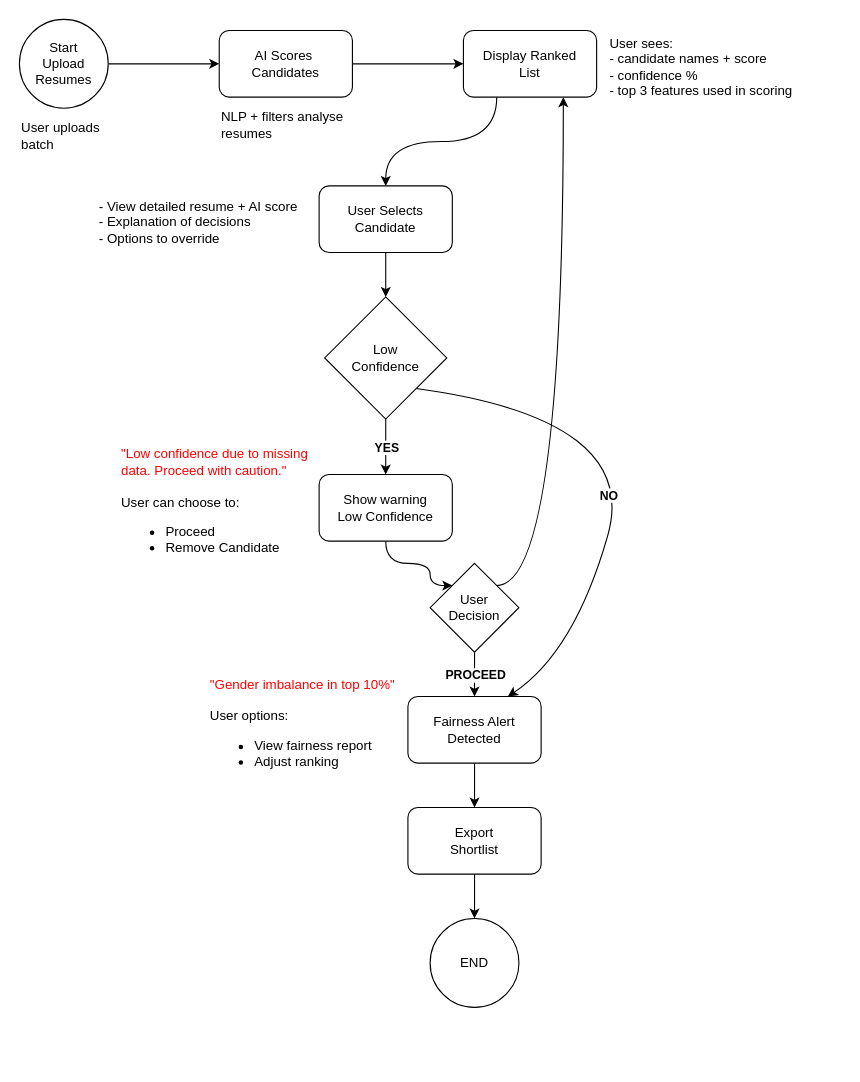
Above: InteractionFlowDiagram.drawio in pranjalsharma/diagrams (draw.io), before the change. Source tidied: cells renumbered, new cells numbered last; positions are measured from the earlier drawing's top-left corner, leaving out a move shared by most shapes. Both pictures are drawn from the tidied source at 111%, with x=0, y=0 at pixel (19, 19).
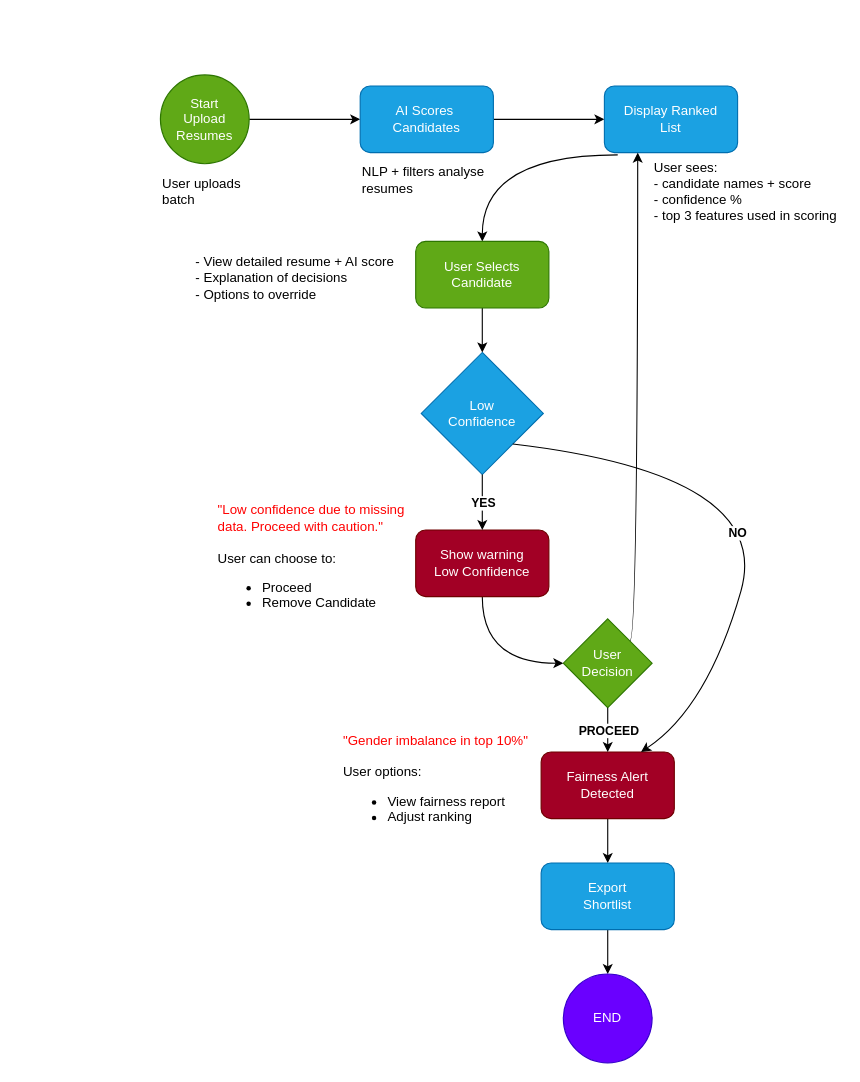
Above is the later version.

The edit, as a diff of the source:
```diff
@@
-    <mxCell id="3" value="Start&lt;div&gt;Upload&lt;/div&gt;&lt;div&gt;Resumes&lt;/div&gt;" style="ellipse;whiteSpace=wrap;html=1;" parent="1" vertex="1">
-      <mxGeometry width="80" height="80" as="geometry" />
+    <mxCell id="3" value="Start&lt;div&gt;Upload&lt;/div&gt;&lt;div&gt;Resumes&lt;/div&gt;" style="ellipse;whiteSpace=wrap;html=1;fillColor=#60a917;fontColor=#ffffff;strokeColor=#2D7600;" parent="1" vertex="1">
+      <mxGeometry x="127" y="50" width="80" height="80" as="geometry" />
     </mxCell>
@@
-    <mxCell id="5" value="AI Scores&amp;nbsp;&lt;div&gt;Candidates&lt;/div&gt;" style="rounded=1;whiteSpace=wrap;html=1;" parent="1" vertex="1">
-      <mxGeometry x="180" y="10" width="120" height="60" as="geometry" />
+    <mxCell id="5" value="AI Scores&amp;nbsp;&lt;div&gt;Candidates&lt;/div&gt;" style="rounded=1;whiteSpace=wrap;html=1;fillColor=#1ba1e2;fontColor=#ffffff;strokeColor=#006EAF;" parent="1" vertex="1">
+      <mxGeometry x="307" y="60" width="120" height="60" as="geometry" />
     </mxCell>
-    <mxCell id="6" style="edgeStyle=orthogonalEdgeStyle;rounded=0;jettySize=auto;html=1;exitX=0.25;exitY=1;exitDx=0;exitDy=0;curved=1;" parent="1" edge="1" source="7" target="9">
+    <mxCell id="6" style="edgeStyle=orthogonalEdgeStyle;rounded=0;jettySize=auto;html=1;exitX=0.1;exitY=1.033;exitDx=0;exitDy=0;curved=1;exitPerimeter=0;" parent="1" edge="1" source="7" target="9">
       <mxGeometry relative="1" as="geometry" />
     </mxCell>
-    <mxCell id="7" value="Display Ranked&lt;div&gt;List&lt;/div&gt;" style="rounded=1;whiteSpace=wrap;html=1;" parent="1" vertex="1">
-      <mxGeometry x="400" y="10" width="120" height="60" as="geometry" />
+    <mxCell id="7" value="Display Ranked&lt;div&gt;List&lt;/div&gt;" style="rounded=1;whiteSpace=wrap;html=1;fillColor=#1ba1e2;fontColor=#ffffff;strokeColor=#006EAF;" parent="1" vertex="1">
+      <mxGeometry x="527" y="60" width="120" height="60" as="geometry" />
     </mxCell>
@@
-    <mxCell id="9" value="User Selects&lt;div&gt;Candidate&lt;/div&gt;" style="rounded=1;whiteSpace=wrap;html=1;" parent="1" vertex="1">
-      <mxGeometry x="270" y="150" width="120" height="60" as="geometry" />
+    <mxCell id="9" value="User Selects&lt;div&gt;Candidate&lt;/div&gt;" style="rounded=1;whiteSpace=wrap;html=1;fillColor=#60a917;fontColor=#ffffff;strokeColor=#2D7600;" parent="1" vertex="1">
+      <mxGeometry x="357" y="200" width="120" height="60" as="geometry" />
     </mxCell>
     <mxCell id="10" value="User uploads&lt;div&gt;batch&lt;/div&gt;" style="text;html=1;align=left;verticalAlign=middle;whiteSpace=wrap;rounded=0;" parent="1" vertex="1">
-      <mxGeometry y="90" width="80" height="30" as="geometry" />
+      <mxGeometry x="127" y="140" width="80" height="30" as="geometry" />
     </mxCell>
     <mxCell id="11" value="NLP + filters analyse resumes" style="text;html=1;align=left;verticalAlign=middle;whiteSpace=wrap;rounded=0;" parent="1" vertex="1">
-      <mxGeometry x="180" y="80" width="120" height="30" as="geometry" />
+      <mxGeometry x="307" y="130" width="120" height="30" as="geometry" />
     </mxCell>
     <mxCell id="12" value="User sees:&lt;div&gt;- candidate names + score&lt;/div&gt;&lt;div&gt;- confidence %&lt;/div&gt;&lt;div&gt;- top 3 features used in scoring&lt;/div&gt;" style="text;html=1;align=left;verticalAlign=middle;whiteSpace=wrap;rounded=0;" parent="1" vertex="1">
-      <mxGeometry x="530" y="10" width="170" height="65" as="geometry" />
+      <mxGeometry x="570" y="122.5" width="170" height="65" as="geometry" />
     </mxCell>
     <mxCell id="13" value="- View detailed resume + AI score&lt;div&gt;- Explanation of decisions&lt;/div&gt;&lt;div&gt;- Options to override&lt;/div&gt;" style="text;html=1;align=left;verticalAlign=middle;whiteSpace=wrap;rounded=0;" parent="1" vertex="1">
-      <mxGeometry x="70" y="150" width="190" height="65" as="geometry" />
+      <mxGeometry x="157" y="200" width="190" height="65" as="geometry" />
     </mxCell>
-    <mxCell id="14" value="Low&lt;div&gt;Confidence&lt;/div&gt;" style="rhombus;whiteSpace=wrap;html=1;" parent="1" vertex="1">
-      <mxGeometry x="275" y="250" width="110" height="110" as="geometry" />
+    <mxCell id="14" value="Low&lt;div&gt;Confidence&lt;/div&gt;" style="rhombus;whiteSpace=wrap;html=1;fillColor=#1ba1e2;fontColor=#ffffff;strokeColor=#006EAF;" parent="1" vertex="1">
+      <mxGeometry x="362" y="300" width="110" height="110" as="geometry" />
     </mxCell>
-    <mxCell id="15" style="edgeStyle=orthogonalEdgeStyle;rounded=0;jettySize=auto;html=1;exitX=0.5;exitY=1;exitDx=0;exitDy=0;entryX=0;entryY=0;entryDx=0;entryDy=0;curved=1;" parent="1" edge="1" source="16" target="21">
-      <mxGeometry relative="1" as="geometry">
-        <Array as="points">
-          <mxPoint x="330" y="490" />
-          <mxPoint x="370" y="490" />
-          <mxPoint x="370" y="510" />
-        </Array>
-      </mxGeometry>
+    <mxCell id="15" style="edgeStyle=orthogonalEdgeStyle;rounded=0;jettySize=auto;html=1;exitX=0.5;exitY=1;exitDx=0;exitDy=0;entryX=0;entryY=0.5;entryDx=0;entryDy=0;curved=1;" parent="1" edge="1" source="16" target="21">
+      <mxGeometry relative="1" as="geometry" />
     </mxCell>
-    <mxCell id="16" value="Show warning&lt;div&gt;Low Confidence&lt;/div&gt;" style="rounded=1;whiteSpace=wrap;html=1;" parent="1" vertex="1">
-      <mxGeometry x="270" y="410" width="120" height="60" as="geometry" />
+    <mxCell id="16" value="Show warning&lt;div&gt;Low Confidence&lt;/div&gt;" style="rounded=1;whiteSpace=wrap;html=1;fillColor=#a20025;fontColor=#ffffff;strokeColor=#6F0000;" parent="1" vertex="1">
+      <mxGeometry x="357" y="460" width="120" height="60" as="geometry" />
     </mxCell>
     <mxCell id="17" style="endArrow=classic;html=1;rounded=0;entryX=0.5;entryY=0;entryDx=0;entryDy=0;" parent="1" edge="1" target="16">
       <mxGeometry relative="1" as="geometry">
-        <mxPoint x="330" y="360" as="sourcePoint" />
+        <mxPoint x="417" y="410" as="sourcePoint" />
       </mxGeometry>
     </mxCell>
@@
     <mxCell id="19" value="&lt;span style=&quot;color: rgb(255, 0, 0);&quot;&gt;&quot;Low confidence due to missing data. Proceed with caution.&quot;&lt;/span&gt;&lt;div&gt;&lt;br&gt;&lt;/div&gt;&lt;div&gt;User can choose to:&lt;/div&gt;&lt;div&gt;&lt;ul&gt;&lt;li&gt;Proceed&lt;/li&gt;&lt;li&gt;Remove Candidate&lt;/li&gt;&lt;/ul&gt;&lt;/div&gt;" style="text;html=1;align=left;verticalAlign=middle;whiteSpace=wrap;rounded=0;" parent="1" vertex="1">
-      <mxGeometry x="90" y="375" width="190" height="130" as="geometry" />
+      <mxGeometry x="177" y="425" width="190" height="130" as="geometry" />
     </mxCell>
-    <mxCell id="20" style="edgeStyle=orthogonalEdgeStyle;rounded=0;jettySize=auto;html=1;exitX=1;exitY=0;exitDx=0;exitDy=0;entryX=0.75;entryY=1;entryDx=0;entryDy=0;curved=1;" parent="1" edge="1" source="21" target="7">
+    <mxCell id="20" style="edgeStyle=orthogonalEdgeStyle;rounded=0;jettySize=auto;html=1;exitX=1;exitY=0;exitDx=0;exitDy=0;entryX=0.25;entryY=1;entryDx=0;entryDy=0;curved=1;" parent="1" edge="1" source="21" target="7">
       <mxGeometry relative="1" as="geometry">
         <Array as="points">
-          <mxPoint x="490" y="510" />
+          <mxPoint x="557" y="560" />
         </Array>
       </mxGeometry>
     </mxCell>
-    <mxCell id="21" value="User&lt;div&gt;Decision&lt;/div&gt;" style="rhombus;whiteSpace=wrap;html=1;" parent="1" vertex="1">
-      <mxGeometry x="370" y="490" width="80" height="80" as="geometry" />
+    <mxCell id="21" value="User&lt;div&gt;Decision&lt;/div&gt;" style="rhombus;whiteSpace=wrap;html=1;fillColor=#60a917;fontColor=#ffffff;strokeColor=#2D7600;" parent="1" vertex="1">
+      <mxGeometry x="490" y="540" width="80" height="80" as="geometry" />
     </mxCell>
@@
-    <mxCell id="23" value="Fairness Alert&lt;div&gt;Detected&lt;/div&gt;" style="rounded=1;whiteSpace=wrap;html=1;" parent="1" vertex="1">
-      <mxGeometry x="350" y="610" width="120" height="60" as="geometry" />
+    <mxCell id="23" value="Fairness Alert&lt;div&gt;Detected&lt;/div&gt;" style="rounded=1;whiteSpace=wrap;html=1;fillColor=#a20025;fontColor=#ffffff;strokeColor=#6F0000;" parent="1" vertex="1">
+      <mxGeometry x="470" y="660" width="120" height="60" as="geometry" />
     </mxCell>
@@
     <mxCell id="26" style="endArrow=classic;html=1;rounded=0;exitX=1;exitY=1;exitDx=0;exitDy=0;entryX=0.75;entryY=0;entryDx=0;entryDy=0;curved=1;" parent="1" edge="1" source="14" target="23">
       <mxGeometry relative="1" as="geometry">
         <Array as="points">
-          <mxPoint x="560" y="360" />
-          <mxPoint x="500" y="570" />
+          <mxPoint x="680" y="410" />
+          <mxPoint x="620" y="620" />
         </Array>
       </mxGeometry>
     </mxCell>
     <mxCell id="27" value="&lt;b&gt;NO&lt;/b&gt;" style="edgeLabel;html=1;align=center;verticalAlign=middle;" parent="26" vertex="1">
       <mxGeometry relative="1" as="geometry">
-        <mxPoint x="-18" y="27" as="offset" />
+        <mxPoint x="-26" y="27" as="offset" />
       </mxGeometry>
     </mxCell>
     <mxCell id="28" value="&lt;font color=&quot;#ff0000&quot;&gt;&lt;span style=&quot;caret-color: rgb(255, 0, 0);&quot;&gt;&quot;Gender imbalance in top 10%&quot;&lt;/span&gt;&lt;/font&gt;&lt;div&gt;&lt;font color=&quot;#ff0000&quot;&gt;&lt;span style=&quot;caret-color: rgb(255, 0, 0);&quot;&gt;&lt;br&gt;&lt;/span&gt;&lt;/font&gt;&lt;/div&gt;&lt;div&gt;&lt;font&gt;&lt;span style=&quot;caret-color: rgb(255, 0, 0); color: rgb(0, 0, 0);&quot;&gt;User options:&lt;/span&gt;&lt;/font&gt;&lt;/div&gt;&lt;div&gt;&lt;ul&gt;&lt;li&gt;&lt;font color=&quot;#000000&quot;&gt;&lt;span style=&quot;caret-color: rgb(255, 0, 0);&quot;&gt;View fairness report&lt;/span&gt;&lt;/font&gt;&lt;/li&gt;&lt;li&gt;&lt;font color=&quot;#000000&quot;&gt;&lt;span style=&quot;caret-color: rgb(255, 0, 0);&quot;&gt;Adjust ranking&lt;/span&gt;&lt;/font&gt;&lt;/li&gt;&lt;/ul&gt;&lt;/div&gt;" style="text;html=1;align=left;verticalAlign=middle;whiteSpace=wrap;rounded=0;" parent="1" vertex="1">
-      <mxGeometry x="170" y="590" width="190" height="100" as="geometry" />
+      <mxGeometry x="290" y="640" width="190" height="100" as="geometry" />
     </mxCell>
@@
-    <mxCell id="30" value="Export&lt;div&gt;Shortlist&lt;/div&gt;" style="rounded=1;whiteSpace=wrap;html=1;" parent="1" vertex="1">
-      <mxGeometry x="350" y="710" width="120" height="60" as="geometry" />
+    <mxCell id="30" value="Export&lt;div&gt;Shortlist&lt;/div&gt;" style="rounded=1;whiteSpace=wrap;html=1;fillColor=#1ba1e2;fontColor=#ffffff;strokeColor=#006EAF;" parent="1" vertex="1">
+      <mxGeometry x="470" y="760" width="120" height="60" as="geometry" />
     </mxCell>
-    <mxCell id="31" value="END" style="ellipse;whiteSpace=wrap;html=1;" parent="1" vertex="1">
-      <mxGeometry x="370" y="810" width="80" height="80" as="geometry" />
+    <mxCell id="31" value="END" style="ellipse;whiteSpace=wrap;html=1;fillColor=#6a00ff;fontColor=#ffffff;strokeColor=#3700CC;" parent="1" vertex="1">
+      <mxGeometry x="490" y="860" width="80" height="80" as="geometry" />
     </mxCell>
```
